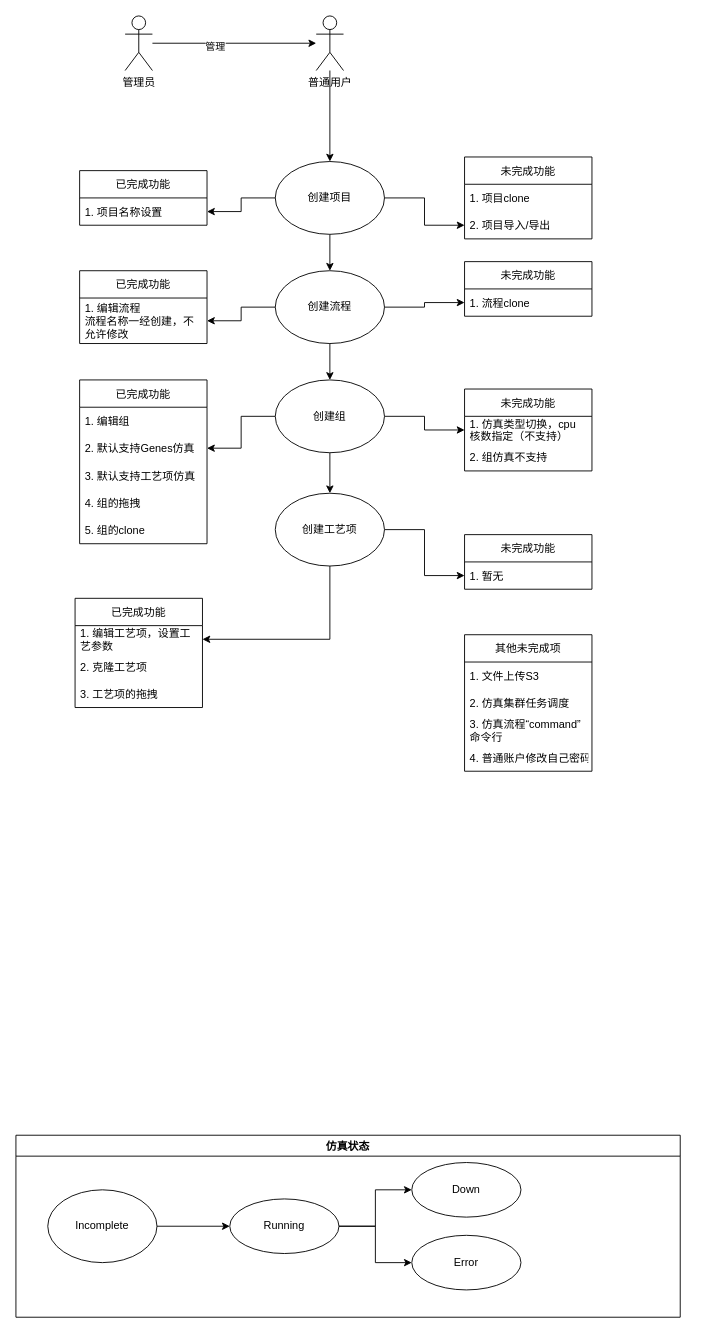
Above: doc/Untitled Diagram.drawio in yezhen701/webservice-demo (draw.io), before the change. Source tidied: cells renumbered, new cells numbered last; positions are measured from the earlier drawing's top-left corner, leaving out a move shared by most shapes. Both pictures are drawn from the tidied source at 91%, with x=0, y=0 at pixel (15, 15).
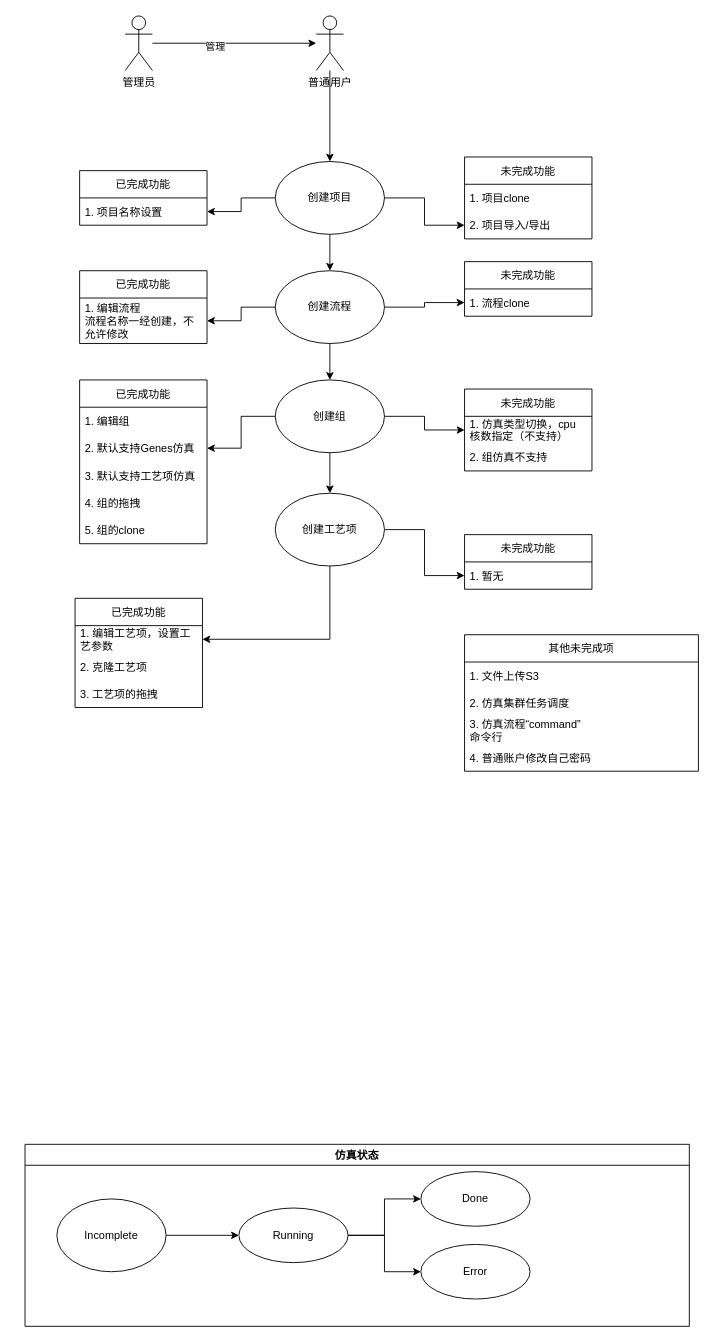
The same page after the edit.

The edit, as a diff of the source:
```diff
@@
     <mxCell id="46" value="其他未完成项" style="swimlane;fontStyle=0;horizontal=1;startSize=30;" parent="1" vertex="1">
-      <mxGeometry x="493" y="680" width="140" height="150" as="geometry" />
+      <mxGeometry x="493" y="680" width="257" height="150" as="geometry" />
     </mxCell>
     <mxCell id="47" value="1. 文件上传S3" style="text;strokeColor=none;fillColor=none;align=left;verticalAlign=middle;spacingLeft=4;spacingRight=4;overflow=hidden;" parent="46" vertex="1">
-      <mxGeometry y="30" width="140" height="30" as="geometry" />
+      <mxGeometry y="30" width="257" height="30" as="geometry" />
     </mxCell>
     <mxCell id="48" value="2. 仿真集群任务调度" style="text;strokeColor=none;fillColor=none;align=left;verticalAlign=middle;spacingLeft=4;spacingRight=4;overflow=hidden;" parent="46" vertex="1">
-      <mxGeometry y="60" width="140" height="30" as="geometry" />
+      <mxGeometry y="60" width="257" height="30" as="geometry" />
     </mxCell>
     <mxCell id="49" value="3. 仿真流程“command”&#10;命令行" style="text;strokeColor=none;fillColor=none;align=left;verticalAlign=middle;spacingLeft=4;spacingRight=4;overflow=hidden;" parent="46" vertex="1">
-      <mxGeometry y="90" width="140" height="30" as="geometry" />
+      <mxGeometry y="90" width="257" height="30" as="geometry" />
     </mxCell>
     <mxCell id="50" value="4. 普通账户修改自己密码" style="text;strokeColor=none;fillColor=none;align=left;verticalAlign=middle;spacingLeft=4;spacingRight=4;overflow=hidden;" parent="46" vertex="1">
-      <mxGeometry y="120" width="140" height="30" as="geometry" />
+      <mxGeometry y="120" width="257" height="30" as="geometry" />
     </mxCell>
     <mxCell id="51" value="仿真状态" style="swimlane;" parent="1" vertex="1">
-      <mxGeometry y="1230" width="730" height="200" as="geometry" />
+      <mxGeometry x="10" y="1240" width="730" height="200" as="geometry" />
     </mxCell>
@@
-    <mxCell id="57" value="Down" style="ellipse;whiteSpace=wrap;html=1;" parent="51" vertex="1">
+    <mxCell id="57" value="Done" style="ellipse;whiteSpace=wrap;html=1;" parent="51" vertex="1">
       <mxGeometry x="435" y="30" width="120" height="60" as="geometry" />
     </mxCell>
```
